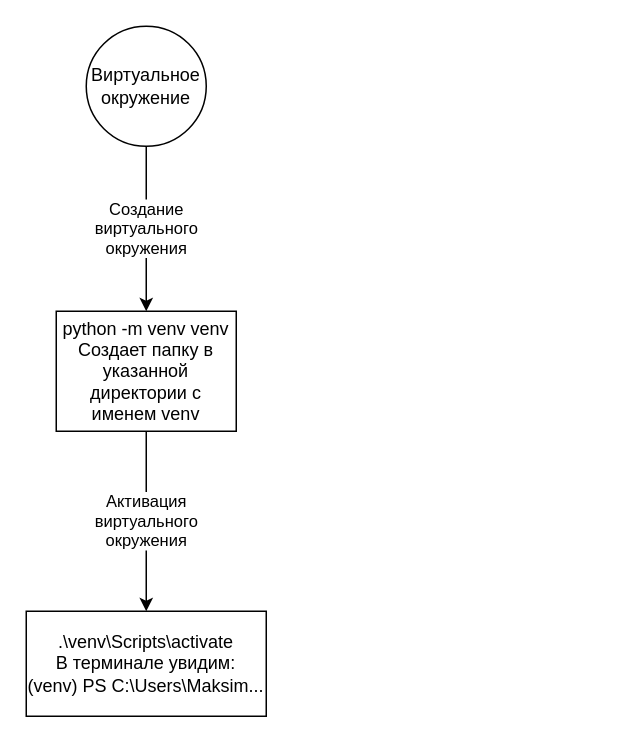
The draw.io diagram шпаргалки/виртуальное окружение.drawio in mklyuka/okulik_by, before the edit. Source tidied: cells renumbered, new cells numbered last; positions are measured from the earlier drawing's top-left corner, leaving out a move shared by most shapes. Both pictures are drawn from the tidied source at 150%, with x=0, y=0 at pixel (26, 26).
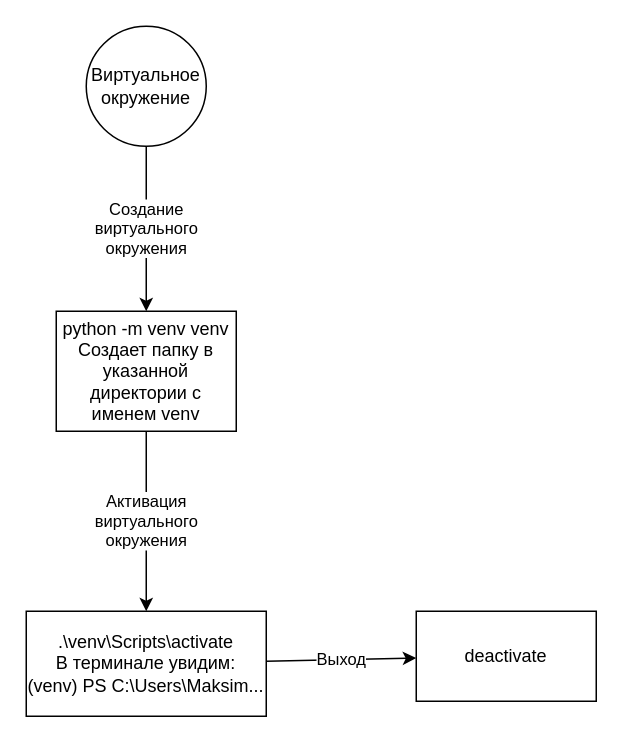
The same diagram, later.

Change to the diagram source:
```diff
@@
 <mxGraphModel>
   <root>
     <mxCell id="0" />
     <mxCell id="1" parent="0" />
     <mxCell id="2" value="Виртуальное окружение" style="ellipse;whiteSpace=wrap;html=1;" parent="1" vertex="1">
       <mxGeometry x="40" width="80" height="80" as="geometry" />
     </mxCell>
     <mxCell id="3" value="Создание&lt;div&gt;виртуального&lt;/div&gt;&lt;div&gt;окружения&lt;/div&gt;" style="endArrow=classic;html=1;rounded=0;" parent="1" edge="1" source="2" target="4">
       <mxGeometry relative="1" as="geometry" />
     </mxCell>
     <mxCell id="4" value="python -m venv venv&lt;br&gt;Создает папку в указанной директории с именем venv" style="rounded=0;whiteSpace=wrap;html=1;" parent="1" vertex="1">
       <mxGeometry x="20" y="190" width="120" height="80" as="geometry" />
     </mxCell>
     <mxCell id="5" value="Активация&lt;div&gt;виртуального&lt;/div&gt;&lt;div&gt;окружения&lt;/div&gt;" style="endArrow=classic;html=1;rounded=0;" parent="1" edge="1" source="4" target="6">
       <mxGeometry relative="1" as="geometry" />
     </mxCell>
     <mxCell id="6" value="&lt;div&gt;.\venv\Scripts\activate&lt;/div&gt;&lt;div&gt;В терминале увидим:&lt;/div&gt;&lt;div&gt;(venv) PS C:\Users\Maksim...&lt;/div&gt;" style="rounded=0;whiteSpace=wrap;html=1;" parent="1" vertex="1">
       <mxGeometry y="390" width="160" height="70" as="geometry" />
     </mxCell>
+    <mxCell id="7" value="Выход" style="endArrow=classic;html=1;rounded=0;" parent="1" edge="1" source="6" target="8">
+      <mxGeometry relative="1" as="geometry" />
+    </mxCell>
+    <mxCell id="8" value="&lt;div&gt;deactivate&lt;/div&gt;" style="rounded=0;whiteSpace=wrap;html=1;" parent="1" vertex="1">
+      <mxGeometry x="260" y="390" width="120" height="60" as="geometry" />
+    </mxCell>
   </root>
 </mxGraphModel>
```
